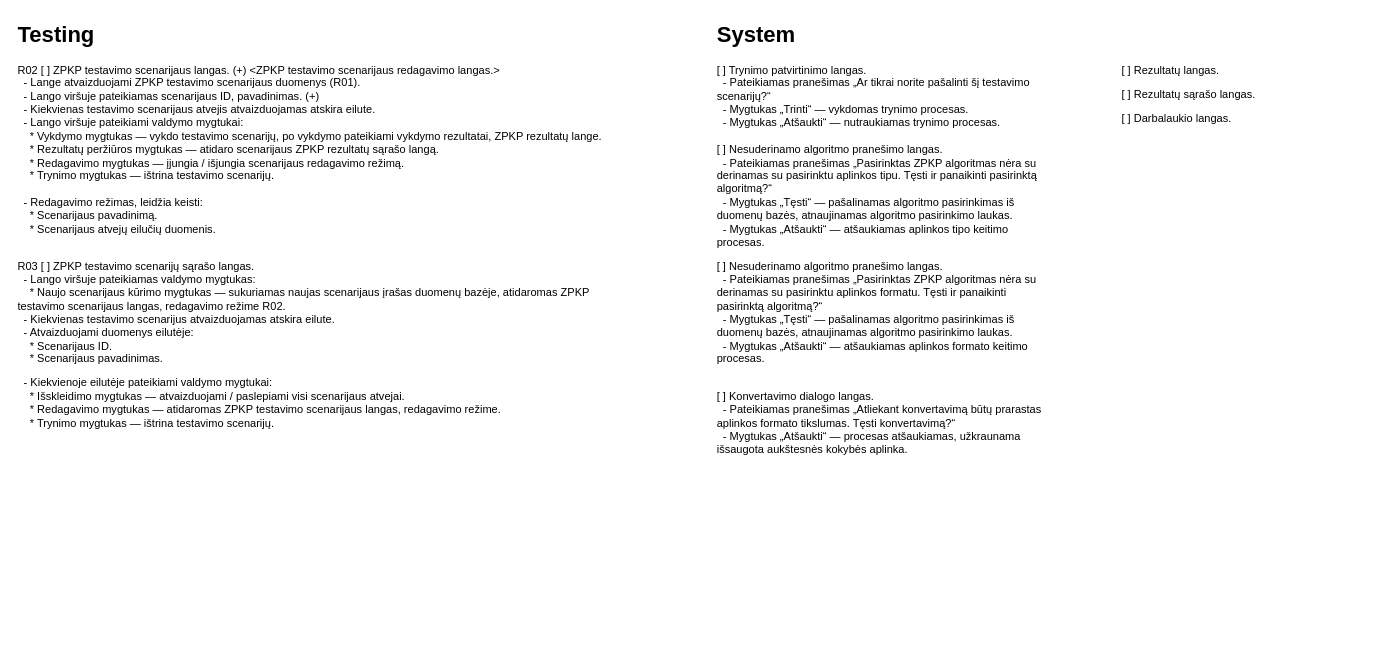
This is page "Wireframe" (8 of 8) of docs/diagrams/funkciniai-reikalavimai.drawio from jRmx0/Blade, a draw.io file, before an edit. Source tidied: cells renumbered, new cells numbered last; positions are measured from the earlier drawing's top-left corner, leaving out a move shared by most shapes. Both pictures are drawn from the tidied source at 92%, with x=0, y=0 at pixel (16, 16).
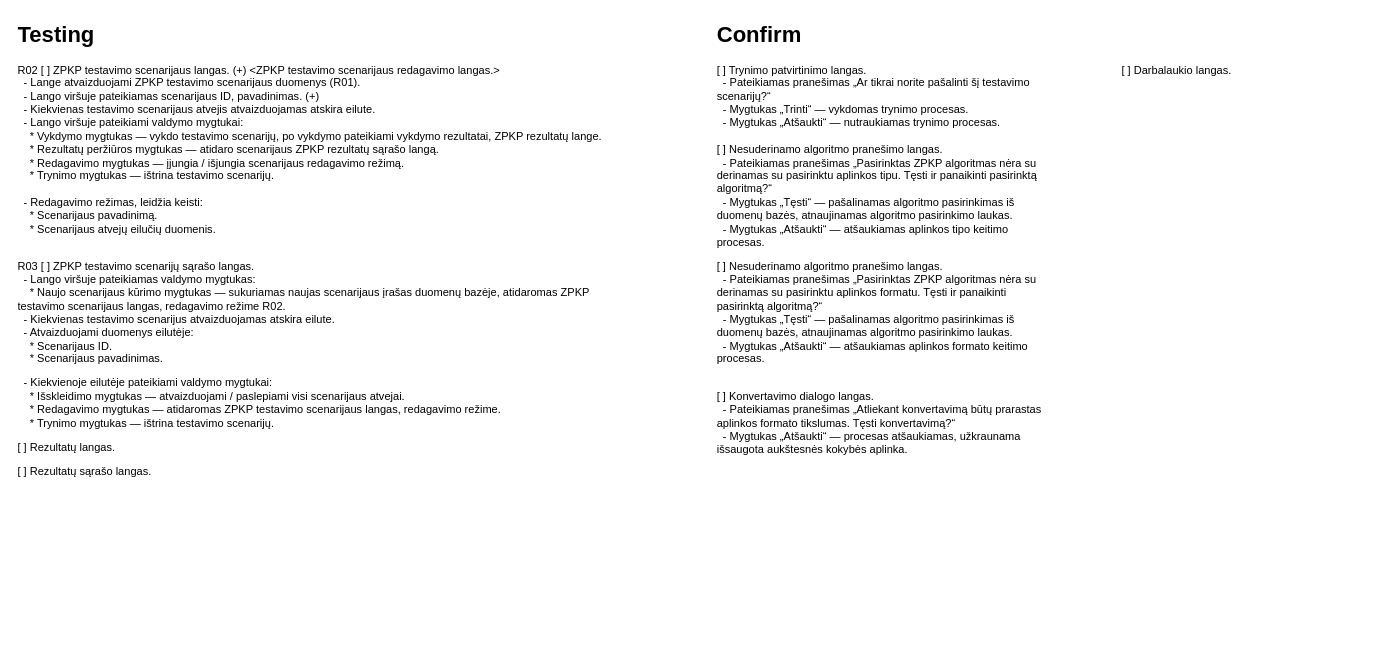
The same page after the edit.

What changed in the source:
```diff
@@
 <mxGraphModel>
   <root>
     <mxCell id="0" />
     <mxCell id="1" parent="0" />
-    <mxCell id="2" value="&lt;h1 style=&quot;margin-top: 0px;&quot;&gt;Testing&lt;/h1&gt;&lt;p&gt;R02 [ ] ZPKP testavimo scenarijaus langas. (+) &amp;lt;ZPKP testavimo scenarijaus redagavimo langas.&amp;gt;&lt;br&gt;&amp;nbsp; - Lange atvaizduojami ZPKP testavimo scenarijaus duomenys (R01).&lt;br&gt;&amp;nbsp; -&amp;nbsp;&lt;span style=&quot;background-color: transparent; color: light-dark(rgb(0, 0, 0), rgb(255, 255, 255));&quot;&gt;Lango viršuje pateikiamas scenarijaus ID, pavadinimas. (+)&lt;br&gt;&amp;nbsp; -&amp;nbsp;&lt;/span&gt;&lt;span style=&quot;background-color: transparent; color: light-dark(rgb(0, 0, 0), rgb(255, 255, 255));&quot;&gt;Kiekvienas testavimo scenarijaus atvejis atvaizduojamas atskira eilute.&lt;br&gt;&amp;nbsp; - Lango viršuje pateikiami valdymo mygtukai:&lt;br&gt;&amp;nbsp; &amp;nbsp; * Vykdymo mygtukas — v&lt;/span&gt;ykdo testavimo scenarijų, po vykdymo pateikiami vykdymo rezultatai, ZPKP rezultatų lange.&lt;span style=&quot;background-color: transparent; color: light-dark(rgb(0, 0, 0), rgb(255, 255, 255));&quot;&gt;&lt;br&gt;&amp;nbsp; &amp;nbsp; * Rezultatų peržiūros mygtukas — a&lt;/span&gt;tidaro scenarijaus ZPKP rezultatų sąrašo langą.&lt;span style=&quot;background-color: transparent; color: light-dark(rgb(0, 0, 0), rgb(255, 255, 255));&quot;&gt;&lt;br&gt;&amp;nbsp; &amp;nbsp; * Redagavimo mygtukas — į&lt;/span&gt;jungia / išjungia scenarijaus redagavimo režimą.&lt;span style=&quot;background-color: transparent; color: light-dark(rgb(0, 0, 0), rgb(255, 255, 255));&quot;&gt;&lt;br&gt;&amp;nbsp; &amp;nbsp; * Trynimo mygtukas — i&lt;/span&gt;štrina testavimo scenarijų.&lt;span style=&quot;background-color: transparent; color: light-dark(rgb(0, 0, 0), rgb(255, 255, 255));&quot;&gt;&lt;br&gt;&lt;br&gt;&amp;nbsp; - Redagavimo režimas, leidžia keisti:&lt;br&gt;&amp;nbsp; &amp;nbsp; * Scenarijaus pavadinimą.&lt;br&gt;&amp;nbsp; &amp;nbsp; * Scenarijaus atvejų eilučių duomenis.&lt;br&gt;&lt;br&gt;&lt;/span&gt;&lt;/p&gt;&lt;p&gt;R03 [ ] ZPKP testavimo scenarijų sąrašo langas.&lt;br&gt;&amp;nbsp;&amp;nbsp;&lt;span style=&quot;background-color: transparent; color: light-dark(rgb(0, 0, 0), rgb(255, 255, 255));&quot;&gt;- Lango viršuje pateikiamas valdymo mygtukas:&lt;br&gt;&lt;/span&gt;&lt;span style=&quot;background-color: transparent; color: light-dark(rgb(0, 0, 0), rgb(255, 255, 255));&quot;&gt;&amp;nbsp; &amp;nbsp; * Naujo scenarijaus kūrimo mygtukas — sukuriamas naujas scenarijaus įrašas duomenų bazėje, atidaromas ZPKP testavimo scenarijaus langas, redagavimo režime R02.&lt;/span&gt;&lt;span style=&quot;background-color: transparent; color: light-dark(rgb(0, 0, 0), rgb(255, 255, 255));&quot;&gt;&amp;nbsp;&amp;nbsp;&lt;br&gt;&lt;/span&gt;&lt;span style=&quot;background-color: transparent; color: light-dark(rgb(0, 0, 0), rgb(255, 255, 255));&quot;&gt;&amp;nbsp; - Kiekvienas testavimo scenarijus atvaizduojamas atskira eilute.&lt;br&gt;&lt;/span&gt;&lt;span style=&quot;background-color: transparent; color: light-dark(rgb(0, 0, 0), rgb(255, 255, 255));&quot;&gt;&amp;nbsp; - Atvaizduojami duomenys eilutėje:&lt;br&gt;&lt;/span&gt;&lt;span style=&quot;background-color: transparent; color: light-dark(rgb(0, 0, 0), rgb(255, 255, 255));&quot;&gt;&amp;nbsp; &amp;nbsp; * Scenarijaus ID.&lt;br&gt;&lt;/span&gt;&lt;span style=&quot;background-color: transparent; color: light-dark(rgb(0, 0, 0), rgb(255, 255, 255));&quot;&gt;&amp;nbsp; &amp;nbsp; * Scenarijaus pavadinimas.&lt;/span&gt;&lt;/p&gt;&lt;p&gt;&amp;nbsp; - Kiekvienoje eilutėje pateikiami valdymo mygtukai:&lt;br&gt;&amp;nbsp; &amp;nbsp; * Išskleidimo mygtukas — atvaizduojami / paslepiami visi scenarijaus atvejai.&lt;br&gt;&amp;nbsp; &amp;nbsp; * Redagavimo mygtukas — atidaromas ZPKP testavimo scenarijaus langas, redagavimo režime.&lt;br&gt;&amp;nbsp; &amp;nbsp; * Trynimo mygtukas — i&lt;span style=&quot;background-color: transparent; color: light-dark(rgb(0, 0, 0), rgb(255, 255, 255));&quot;&gt;štrina testavimo scenarijų&lt;/span&gt;&lt;span style=&quot;background-color: transparent; color: light-dark(rgb(0, 0, 0), rgb(255, 255, 255));&quot;&gt;.&lt;/span&gt;&lt;/p&gt;&lt;p&gt;&lt;br&gt;&lt;/p&gt;" style="text;html=1;whiteSpace=wrap;overflow=hidden;rounded=0;" parent="1" vertex="1">
+    <mxCell id="2" value="&lt;h1 style=&quot;margin-top: 0px;&quot;&gt;Testing&lt;/h1&gt;&lt;p&gt;R02 [ ] ZPKP testavimo scenarijaus langas. (+) &amp;lt;ZPKP testavimo scenarijaus redagavimo langas.&amp;gt;&lt;br&gt;&amp;nbsp; - Lange atvaizduojami ZPKP testavimo scenarijaus duomenys (R01).&lt;br&gt;&amp;nbsp; -&amp;nbsp;&lt;span style=&quot;background-color: transparent; color: light-dark(rgb(0, 0, 0), rgb(255, 255, 255));&quot;&gt;Lango viršuje pateikiamas scenarijaus ID, pavadinimas. (+)&lt;br&gt;&amp;nbsp; -&amp;nbsp;&lt;/span&gt;&lt;span style=&quot;background-color: transparent; color: light-dark(rgb(0, 0, 0), rgb(255, 255, 255));&quot;&gt;Kiekvienas testavimo scenarijaus atvejis atvaizduojamas atskira eilute.&lt;br&gt;&amp;nbsp; - Lango viršuje pateikiami valdymo mygtukai:&lt;br&gt;&amp;nbsp; &amp;nbsp; * Vykdymo mygtukas — v&lt;/span&gt;ykdo testavimo scenarijų, po vykdymo pateikiami vykdymo rezultatai, ZPKP rezultatų lange.&lt;span style=&quot;background-color: transparent; color: light-dark(rgb(0, 0, 0), rgb(255, 255, 255));&quot;&gt;&lt;br&gt;&amp;nbsp; &amp;nbsp; * Rezultatų peržiūros mygtukas — a&lt;/span&gt;tidaro scenarijaus ZPKP rezultatų sąrašo langą.&lt;span style=&quot;background-color: transparent; color: light-dark(rgb(0, 0, 0), rgb(255, 255, 255));&quot;&gt;&lt;br&gt;&amp;nbsp; &amp;nbsp; * Redagavimo mygtukas — į&lt;/span&gt;jungia / išjungia scenarijaus redagavimo režimą.&lt;span style=&quot;background-color: transparent; color: light-dark(rgb(0, 0, 0), rgb(255, 255, 255));&quot;&gt;&lt;br&gt;&amp;nbsp; &amp;nbsp; * Trynimo mygtukas — i&lt;/span&gt;štrina testavimo scenarijų.&lt;span style=&quot;background-color: transparent; color: light-dark(rgb(0, 0, 0), rgb(255, 255, 255));&quot;&gt;&lt;br&gt;&lt;br&gt;&amp;nbsp; - Redagavimo režimas, leidžia keisti:&lt;br&gt;&amp;nbsp; &amp;nbsp; * Scenarijaus pavadinimą.&lt;br&gt;&amp;nbsp; &amp;nbsp; * Scenarijaus atvejų eilučių duomenis.&lt;br&gt;&lt;br&gt;&lt;/span&gt;&lt;/p&gt;&lt;p&gt;R03 [ ] ZPKP testavimo scenarijų sąrašo langas.&lt;br&gt;&amp;nbsp;&amp;nbsp;&lt;span style=&quot;background-color: transparent; color: light-dark(rgb(0, 0, 0), rgb(255, 255, 255));&quot;&gt;- Lango viršuje pateikiamas valdymo mygtukas:&lt;br&gt;&lt;/span&gt;&lt;span style=&quot;background-color: transparent; color: light-dark(rgb(0, 0, 0), rgb(255, 255, 255));&quot;&gt;&amp;nbsp; &amp;nbsp; * Naujo scenarijaus kūrimo mygtukas — sukuriamas naujas scenarijaus įrašas duomenų bazėje, atidaromas ZPKP testavimo scenarijaus langas, redagavimo režime R02.&lt;/span&gt;&lt;span style=&quot;background-color: transparent; color: light-dark(rgb(0, 0, 0), rgb(255, 255, 255));&quot;&gt;&amp;nbsp;&amp;nbsp;&lt;br&gt;&lt;/span&gt;&lt;span style=&quot;background-color: transparent; color: light-dark(rgb(0, 0, 0), rgb(255, 255, 255));&quot;&gt;&amp;nbsp; - Kiekvienas testavimo scenarijus atvaizduojamas atskira eilute.&lt;br&gt;&lt;/span&gt;&lt;span style=&quot;background-color: transparent; color: light-dark(rgb(0, 0, 0), rgb(255, 255, 255));&quot;&gt;&amp;nbsp; - Atvaizduojami duomenys eilutėje:&lt;br&gt;&lt;/span&gt;&lt;span style=&quot;background-color: transparent; color: light-dark(rgb(0, 0, 0), rgb(255, 255, 255));&quot;&gt;&amp;nbsp; &amp;nbsp; * Scenarijaus ID.&lt;br&gt;&lt;/span&gt;&lt;span style=&quot;background-color: transparent; color: light-dark(rgb(0, 0, 0), rgb(255, 255, 255));&quot;&gt;&amp;nbsp; &amp;nbsp; * Scenarijaus pavadinimas.&lt;/span&gt;&lt;/p&gt;&lt;p&gt;&amp;nbsp; - Kiekvienoje eilutėje pateikiami valdymo mygtukai:&lt;br&gt;&amp;nbsp; &amp;nbsp; * Išskleidimo mygtukas — atvaizduojami / paslepiami visi scenarijaus atvejai.&lt;br&gt;&amp;nbsp; &amp;nbsp; * Redagavimo mygtukas — atidaromas ZPKP testavimo scenarijaus langas, redagavimo režime.&lt;br&gt;&amp;nbsp; &amp;nbsp; * Trynimo mygtukas — i&lt;span style=&quot;background-color: transparent; color: light-dark(rgb(0, 0, 0), rgb(255, 255, 255));&quot;&gt;štrina testavimo scenarijų&lt;/span&gt;&lt;span style=&quot;background-color: transparent; color: light-dark(rgb(0, 0, 0), rgb(255, 255, 255));&quot;&gt;.&lt;/span&gt;&lt;/p&gt;&lt;p&gt;[ ] Rezultatų langas.&lt;/p&gt;&lt;p&gt;[ ] Rezultatų sąrašo langas.&lt;/p&gt;" style="text;html=1;whiteSpace=wrap;overflow=hidden;rounded=0;" parent="1" vertex="1">
       <mxGeometry width="660" height="690" as="geometry" />
     </mxCell>
-    <mxCell id="3" value="&lt;h1 style=&quot;margin-top: 0px;&quot;&gt;System&lt;/h1&gt;&lt;p&gt;[ ] Trynimo patvirtinimo langas.&lt;br&gt;&amp;nbsp; - Pateikiamas pranešimas „Ar tikrai norite pašalinti šį testavimo&lt;br&gt;scenarijų?“&lt;br&gt;&amp;nbsp; - Mygtukas „Trinti“ — vykdomas trynimo procesas.&lt;br&gt;&amp;nbsp; - Mygtukas „Atšaukti“ — nutraukiamas trynimo procesas.&amp;nbsp;&lt;br&gt;&lt;br&gt;[ ] Nesuderinamo algoritmo pranešimo langas.&lt;br&gt;&amp;nbsp; - Pateikiamas pranešimas „Pasirinktas ZPKP algoritmas nėra su&lt;br&gt;derinamas su pasirinktu aplinkos tipu. Tęsti ir panaikinti pasirinktą algoritmą?“ &lt;br&gt;&amp;nbsp; - Mygtukas „Tęsti“ — pašalinamas algoritmo pasirinkimas iš duomenų bazės, atnaujinamas algoritmo pasirinkimo laukas.&lt;br&gt;&amp;nbsp; - Mygtukas „Atšaukti“ — atšaukiamas aplinkos tipo keitimo procesas.&lt;br&gt;&lt;/p&gt;&lt;p&gt;[ ] Nesuderinamo algoritmo pranešimo langas.&lt;br&gt;&amp;nbsp; - Pateikiamas pranešimas „Pasirinktas ZPKP algoritmas nėra su&lt;br&gt;derinamas su pasirinktu aplinkos formatu. Tęsti ir panaikinti pasirinktą algoritmą?“&lt;br&gt;&amp;nbsp; - Mygtukas „Tęsti“ — pašalinamas algoritmo pasirinkimas iš duomenų bazės, atnaujinamas algoritmo pasirinkimo laukas.&lt;br&gt;&amp;nbsp; - Mygtukas „Atšaukti“ — atšaukiamas aplinkos formato keitimo procesas.&lt;br&gt;&lt;br&gt;&lt;/p&gt;&lt;p&gt;[ ] Konvertavimo dialogo langas.&lt;br&gt;&lt;span style=&quot;background-color: transparent; color: light-dark(rgb(0, 0, 0), rgb(255, 255, 255));&quot;&gt;&amp;nbsp; - Pateikiamas pranešimas „Atliekant konvertavimą būtų praras&lt;/span&gt;&lt;span style=&quot;background-color: transparent; color: light-dark(rgb(0, 0, 0), rgb(255, 255, 255));&quot;&gt;tas aplinkos formato tikslumas. Tęsti konvertavimą?“&lt;br&gt;&lt;/span&gt;&lt;span style=&quot;background-color: transparent; color: light-dark(rgb(0, 0, 0), rgb(255, 255, 255));&quot;&gt;&amp;nbsp; - Mygtukas „Atšaukti“ — procesas atšaukiamas, užkraunama iš&lt;/span&gt;&lt;span style=&quot;background-color: transparent; color: light-dark(rgb(0, 0, 0), rgb(255, 255, 255));&quot;&gt;saugota aukštesnės kokybės aplinka.&lt;/span&gt;&lt;/p&gt;" style="text;html=1;whiteSpace=wrap;overflow=hidden;rounded=0;" parent="1" vertex="1">
+    <mxCell id="3" value="&lt;h1 style=&quot;margin-top: 0px;&quot;&gt;Confirm&lt;/h1&gt;&lt;p&gt;[ ] Trynimo patvirtinimo langas.&lt;br&gt;&amp;nbsp; - Pateikiamas pranešimas „Ar tikrai norite pašalinti šį testavimo&lt;br&gt;scenarijų?“&lt;br&gt;&amp;nbsp; - Mygtukas „Trinti“ — vykdomas trynimo procesas.&lt;br&gt;&amp;nbsp; - Mygtukas „Atšaukti“ — nutraukiamas trynimo procesas.&amp;nbsp;&lt;br&gt;&lt;br&gt;[ ] Nesuderinamo algoritmo pranešimo langas.&lt;br&gt;&amp;nbsp; - Pateikiamas pranešimas „Pasirinktas ZPKP algoritmas nėra su&lt;br&gt;derinamas su pasirinktu aplinkos tipu. Tęsti ir panaikinti pasirinktą algoritmą?“ &lt;br&gt;&amp;nbsp; - Mygtukas „Tęsti“ — pašalinamas algoritmo pasirinkimas iš duomenų bazės, atnaujinamas algoritmo pasirinkimo laukas.&lt;br&gt;&amp;nbsp; - Mygtukas „Atšaukti“ — atšaukiamas aplinkos tipo keitimo procesas.&lt;br&gt;&lt;/p&gt;&lt;p&gt;[ ] Nesuderinamo algoritmo pranešimo langas.&lt;br&gt;&amp;nbsp; - Pateikiamas pranešimas „Pasirinktas ZPKP algoritmas nėra su&lt;br&gt;derinamas su pasirinktu aplinkos formatu. Tęsti ir panaikinti pasirinktą algoritmą?“&lt;br&gt;&amp;nbsp; - Mygtukas „Tęsti“ — pašalinamas algoritmo pasirinkimas iš duomenų bazės, atnaujinamas algoritmo pasirinkimo laukas.&lt;br&gt;&amp;nbsp; - Mygtukas „Atšaukti“ — atšaukiamas aplinkos formato keitimo procesas.&lt;br&gt;&lt;br&gt;&lt;/p&gt;&lt;p&gt;[ ] Konvertavimo dialogo langas.&lt;br&gt;&lt;span style=&quot;background-color: transparent; color: light-dark(rgb(0, 0, 0), rgb(255, 255, 255));&quot;&gt;&amp;nbsp; - Pateikiamas pranešimas „Atliekant konvertavimą būtų praras&lt;/span&gt;&lt;span style=&quot;background-color: transparent; color: light-dark(rgb(0, 0, 0), rgb(255, 255, 255));&quot;&gt;tas aplinkos formato tikslumas. Tęsti konvertavimą?“&lt;br&gt;&lt;/span&gt;&lt;span style=&quot;background-color: transparent; color: light-dark(rgb(0, 0, 0), rgb(255, 255, 255));&quot;&gt;&amp;nbsp; - Mygtukas „Atšaukti“ — procesas atšaukiamas, užkraunama iš&lt;/span&gt;&lt;span style=&quot;background-color: transparent; color: light-dark(rgb(0, 0, 0), rgb(255, 255, 255));&quot;&gt;saugota aukštesnės kokybės aplinka.&lt;/span&gt;&lt;/p&gt;" style="text;html=1;whiteSpace=wrap;overflow=hidden;rounded=0;" parent="1" vertex="1">
       <mxGeometry x="760" width="360" height="530" as="geometry" />
     </mxCell>
-    <mxCell id="4" value="&lt;h1 style=&quot;margin-top: 0px;&quot;&gt;&lt;br&gt;&lt;/h1&gt;&lt;p&gt;[ ] Rezultatų langas.&lt;/p&gt;&lt;p&gt;[ ] Rezultatų sąrašo langas.&lt;br&gt;&lt;/p&gt;&lt;p&gt;[ ] Darbalaukio langas.&lt;/p&gt;" style="text;html=1;whiteSpace=wrap;overflow=hidden;rounded=0;" parent="1" vertex="1">
+    <mxCell id="4" value="&lt;h1 style=&quot;margin-top: 0px;&quot;&gt;&lt;br&gt;&lt;/h1&gt;&lt;p&gt;&lt;span style=&quot;background-color: transparent; color: light-dark(rgb(0, 0, 0), rgb(255, 255, 255));&quot;&gt;[ ] Darbalaukio langas.&lt;/span&gt;&lt;br&gt;&lt;/p&gt;" style="text;html=1;whiteSpace=wrap;overflow=hidden;rounded=0;" parent="1" vertex="1">
       <mxGeometry x="1200" width="270" height="550" as="geometry" />
     </mxCell>
   </root>
 </mxGraphModel>
```
